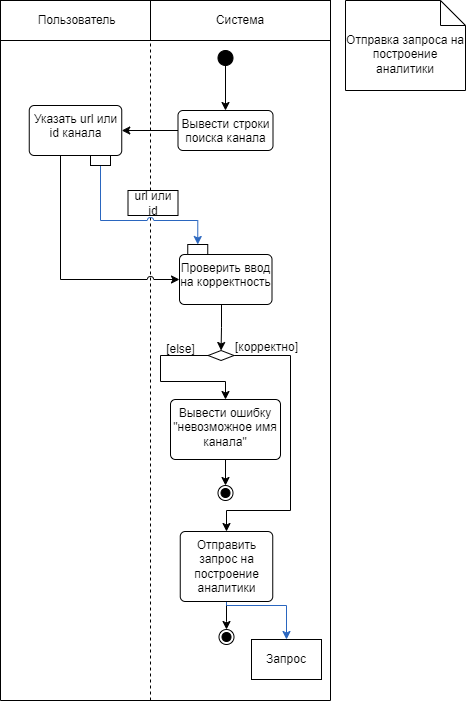
Earlier version of the draw.io export docs/images/functional_diagram1_1.png (Hembos/YoutubeAnalytics). Source tidied: cells renumbered, new cells last; positions are measured from the earlier drawing's top-left corner, leaving out a move shared by most shapes.
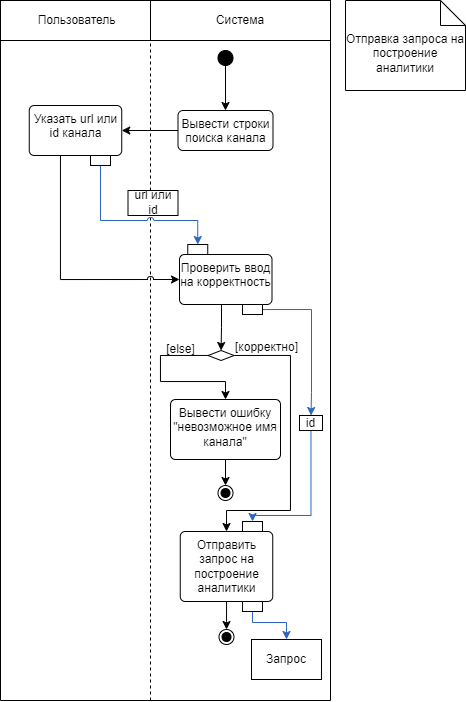
The same file after the commit.

What changed in the source:
```diff
@@ -87,11 +87,11 @@
     <mxCell id="20" style="edgeStyle=orthogonalEdgeStyle;rounded=0;jettySize=auto;html=1;entryX=0.5;entryY=0;entryDx=0;entryDy=0;" parent="1" edge="1" source="22" target="26">
       <mxGeometry relative="1" as="geometry" />
     </mxCell>
-    <mxCell id="21" style="edgeStyle=orthogonalEdgeStyle;rounded=0;jettySize=auto;html=1;entryX=0.5;entryY=0;entryDx=0;entryDy=0;strokeColor=#2A66BF;" parent="1" edge="1" source="22" target="29">
+    <mxCell id="21" style="edgeStyle=orthogonalEdgeStyle;rounded=0;jettySize=auto;html=1;entryX=0.5;entryY=0;entryDx=0;entryDy=0;strokeColor=#2A66BF;exitX=0.5;exitY=1;exitDx=0;exitDy=0;" parent="1" edge="1" source="35" target="29">
       <mxGeometry relative="1" as="geometry">
         <Array as="points">
-          <mxPoint x="226" y="605" />
-          <mxPoint x="286" y="605" />
+          <mxPoint x="252" y="622" />
+          <mxPoint x="286" y="622" />
         </Array>
       </mxGeometry>
     </mxCell>
@@ -142,5 +142,34 @@
     <mxCell id="34" style="rounded=0;whiteSpace=wrap;html=1;" parent="32" vertex="1">
       <mxGeometry x="8.2" width="20" height="10" as="geometry" />
     </mxCell>
+    <mxCell id="35" style="rounded=0;whiteSpace=wrap;html=1;" parent="1" vertex="1">
+      <mxGeometry x="242" y="601" width="20" height="10" as="geometry" />
+    </mxCell>
+    <mxCell id="36" style="edgeStyle=orthogonalEdgeStyle;rounded=0;jettySize=auto;html=1;entryX=0.5;entryY=0;entryDx=0;entryDy=0;strokeColor=#2A66BF;" parent="1" edge="1" source="37" target="40">
+      <mxGeometry relative="1" as="geometry">
+        <Array as="points">
+          <mxPoint x="311" y="309" />
+          <mxPoint x="311" y="392" />
+          <mxPoint x="310" y="392" />
+        </Array>
+      </mxGeometry>
+    </mxCell>
+    <mxCell id="37" style="rounded=0;whiteSpace=wrap;html=1;" parent="1" vertex="1">
+      <mxGeometry x="242" y="304" width="20" height="10" as="geometry" />
+    </mxCell>
+    <mxCell id="38" style="rounded=0;whiteSpace=wrap;html=1;" parent="1" vertex="1">
+      <mxGeometry x="242" y="521" width="20" height="10" as="geometry" />
+    </mxCell>
+    <mxCell id="39" style="edgeStyle=orthogonalEdgeStyle;rounded=0;jettySize=auto;html=1;entryX=0.5;entryY=0;entryDx=0;entryDy=0;strokeColor=#2A66BF;" parent="1" edge="1" source="40" target="38">
+      <mxGeometry relative="1" as="geometry">
+        <Array as="points">
+          <mxPoint x="310" y="515" />
+          <mxPoint x="252" y="515" />
+        </Array>
+      </mxGeometry>
+    </mxCell>
+    <mxCell id="40" value="id" style="rounded=0;whiteSpace=wrap;html=1;" parent="1" vertex="1">
+      <mxGeometry x="299" y="415" width="23" height="15" as="geometry" />
+    </mxCell>
   </root>
 </mxGraphModel>
```
